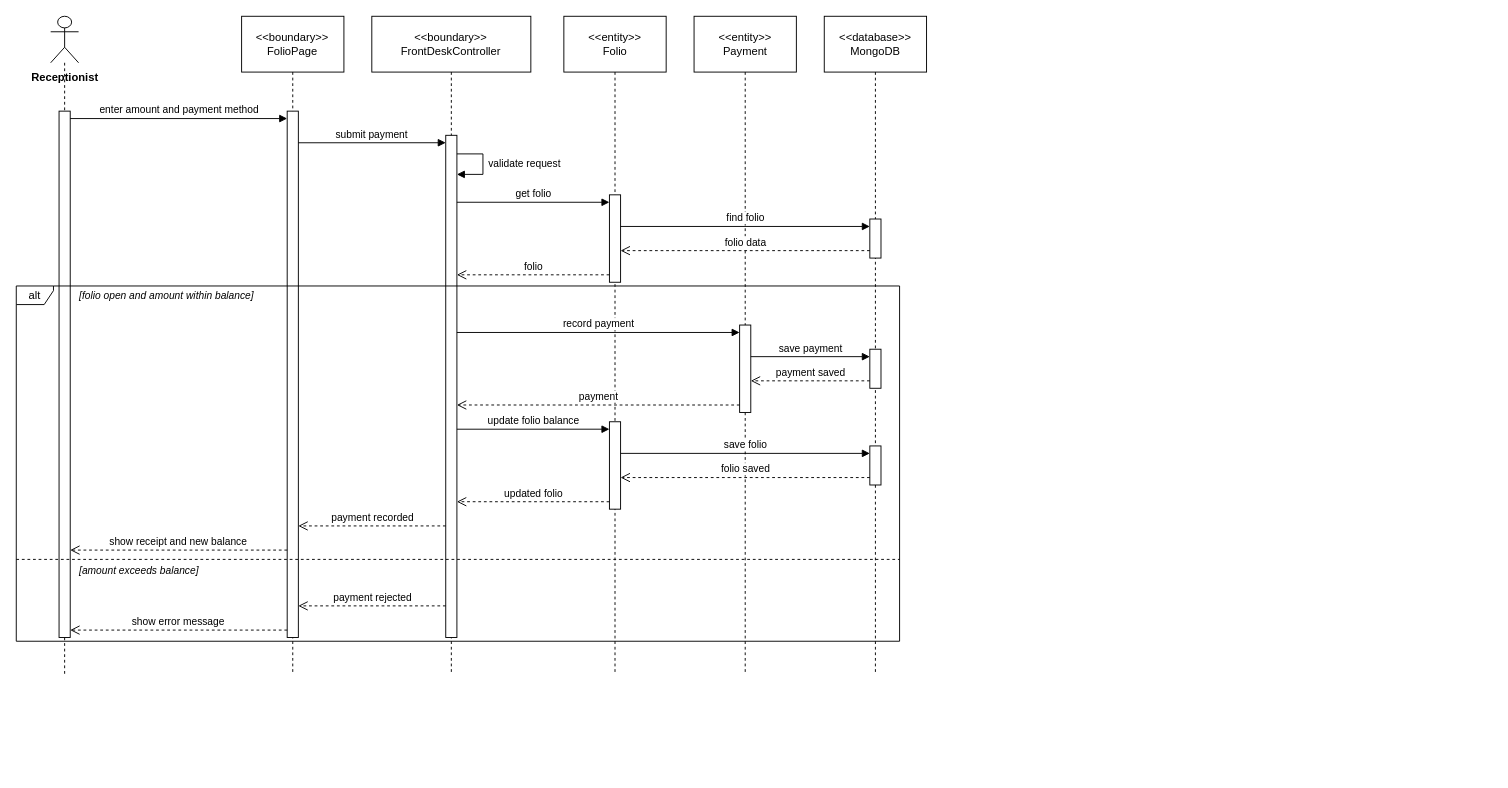
Before: final/diagrams/M4_Billing-And-Payment_Diagrams/sequence_diagrams/SD-14_UC-R15_ProcessPayment.drawio in toikobi401/SWD392, a draw.io diagram. Source tidied: cells renumbered, new cells numbered last; positions are measured from the earlier drawing's top-left corner, leaving out a move shared by most shapes. Both pictures are drawn from the tidied source at 93%, with x=0, y=0 at pixel (16, 16).
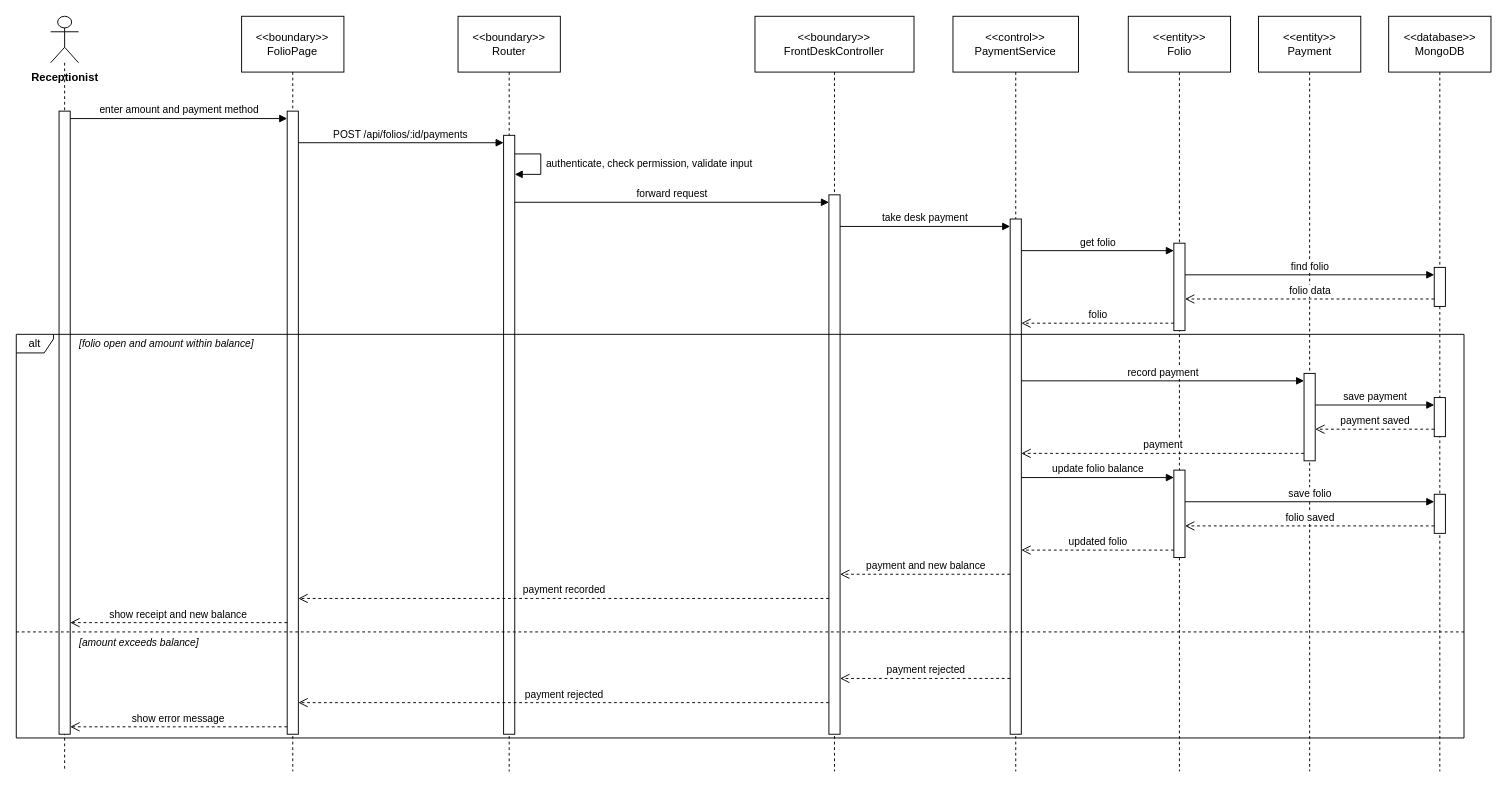
Above is the later version.

Diff of the diagram source:
```diff
@@
     <mxCell id="2" value="Receptionist" style="shape=umlLifeline;participant=umlActor;perimeter=lifelinePerimeter;whiteSpace=nowrap;html=1;verticalAlign=top;spacingTop=52;size=50;fontStyle=1;" parent="1" vertex="1">
-      <mxGeometry x="37" width="30" height="708" as="geometry" />
+      <mxGeometry x="37" width="30" height="812" as="geometry" />
     </mxCell>
     <mxCell id="3" value="&amp;lt;&amp;lt;boundary&amp;gt;&amp;gt;&lt;br&gt;FolioPage" style="shape=umlLifeline;perimeter=lifelinePerimeter;whiteSpace=wrap;html=1;size=60;" parent="1" vertex="1">
-      <mxGeometry x="242.3" width="110" height="708" as="geometry" />
+      <mxGeometry x="242.3" width="110" height="812" as="geometry" />
     </mxCell>
+    <mxCell id="40" value="&amp;lt;&amp;lt;boundary&amp;gt;&amp;gt;&lt;br&gt;Router" style="shape=umlLifeline;perimeter=lifelinePerimeter;whiteSpace=wrap;html=1;size=60;" parent="1" vertex="1">
+      <mxGeometry x="475" width="110" height="812" as="geometry" />
+    </mxCell>
     <mxCell id="4" value="&amp;lt;&amp;lt;boundary&amp;gt;&amp;gt;&lt;br&gt;FrontDeskController" style="shape=umlLifeline;perimeter=lifelinePerimeter;whiteSpace=wrap;html=1;size=60;" parent="1" vertex="1">
-      <mxGeometry x="382.3" width="171" height="708" as="geometry" />
+      <mxGeometry x="794.3" width="171" height="812" as="geometry" />
     </mxCell>
+    <mxCell id="41" value="&amp;lt;&amp;lt;control&amp;gt;&amp;gt;&lt;br&gt;PaymentService" style="shape=umlLifeline;perimeter=lifelinePerimeter;whiteSpace=wrap;html=1;size=60;" parent="1" vertex="1">
+      <mxGeometry x="1007.2" width="135" height="812" as="geometry" />
+    </mxCell>
     <mxCell id="5" value="&amp;lt;&amp;lt;entity&amp;gt;&amp;gt;&lt;br&gt;Folio" style="shape=umlLifeline;perimeter=lifelinePerimeter;whiteSpace=wrap;html=1;size=60;" parent="1" vertex="1">
-      <mxGeometry x="588.8" width="110" height="708" as="geometry" />
+      <mxGeometry x="1195.7" width="110" height="812" as="geometry" />
     </mxCell>
     <mxCell id="6" value="&amp;lt;&amp;lt;entity&amp;gt;&amp;gt;&lt;br&gt;Payment" style="shape=umlLifeline;perimeter=lifelinePerimeter;whiteSpace=wrap;html=1;size=60;" parent="1" vertex="1">
-      <mxGeometry x="728.8" width="110" height="708" as="geometry" />
+      <mxGeometry x="1335.7" width="110" height="812" as="geometry" />
     </mxCell>
     <mxCell id="7" value="&amp;lt;&amp;lt;database&amp;gt;&amp;gt;&lt;br&gt;MongoDB" style="shape=umlLifeline;perimeter=lifelinePerimeter;whiteSpace=wrap;html=1;size=60;" parent="1" vertex="1">
-      <mxGeometry x="868.8" width="110" height="708" as="geometry" />
+      <mxGeometry x="1475.7" width="110" height="812" as="geometry" />
     </mxCell>
     <mxCell id="8" style="html=1;points=[];perimeter=orthogonalPerimeter;outlineConnect=0;targetShapes=umlLifeline;portConstraint=eastwest;" parent="7" vertex="1">
-      <mxGeometry x="49" y="218" width="12" height="42" as="geometry" />
+      <mxGeometry x="49" y="270" width="12" height="42" as="geometry" />
     </mxCell>
     <mxCell id="9" style="html=1;points=[];perimeter=orthogonalPerimeter;outlineConnect=0;targetShapes=umlLifeline;portConstraint=eastwest;" parent="5" vertex="1">
-      <mxGeometry x="49" y="192" width="12" height="94" as="geometry" />
+      <mxGeometry x="49" y="244" width="12" height="94" as="geometry" />
     </mxCell>
     <mxCell id="10" style="html=1;points=[];perimeter=orthogonalPerimeter;outlineConnect=0;targetShapes=umlLifeline;portConstraint=eastwest;" parent="7" vertex="1">
-      <mxGeometry x="49" y="358" width="12" height="42" as="geometry" />
+      <mxGeometry x="49" y="410" width="12" height="42" as="geometry" />
     </mxCell>
     <mxCell id="11" style="html=1;points=[];perimeter=orthogonalPerimeter;outlineConnect=0;targetShapes=umlLifeline;portConstraint=eastwest;" parent="6" vertex="1">
-      <mxGeometry x="49" y="332" width="12" height="94" as="geometry" />
+      <mxGeometry x="49" y="384" width="12" height="94" as="geometry" />
     </mxCell>
     <mxCell id="12" style="html=1;points=[];perimeter=orthogonalPerimeter;outlineConnect=0;targetShapes=umlLifeline;portConstraint=eastwest;" parent="7" vertex="1">
-      <mxGeometry x="49" y="462" width="12" height="42" as="geometry" />
+      <mxGeometry x="49" y="514" width="12" height="42" as="geometry" />
     </mxCell>
     <mxCell id="13" style="html=1;points=[];perimeter=orthogonalPerimeter;outlineConnect=0;targetShapes=umlLifeline;portConstraint=eastwest;" parent="5" vertex="1">
-      <mxGeometry x="49" y="436" width="12" height="94" as="geometry" />
+      <mxGeometry x="49" y="488" width="12" height="94" as="geometry" />
     </mxCell>
-    <mxCell id="14" style="html=1;points=[];perimeter=orthogonalPerimeter;outlineConnect=0;targetShapes=umlLifeline;portConstraint=eastwest;" parent="4" vertex="1">
-      <mxGeometry x="79.5" y="128" width="12" height="540" as="geometry" />
-    </mxCell>
-    <mxCell id="15" style="html=1;points=[];perimeter=orthogonalPerimeter;outlineConnect=0;targetShapes=umlLifeline;portConstraint=eastwest;" parent="3" vertex="1">
-      <mxGeometry x="49" y="102" width="12" height="566" as="geometry" />
-    </mxCell>
-    <mxCell id="16" style="html=1;points=[];perimeter=orthogonalPerimeter;outlineConnect=0;targetShapes=umlLifeline;portConstraint=eastwest;" parent="2" vertex="1">
-      <mxGeometry x="9" y="102" width="12" height="566" as="geometry" />
-    </mxCell>
+    <mxCell id="42" style="html=1;points=[];perimeter=orthogonalPerimeter;outlineConnect=0;targetShapes=umlLifeline;portConstraint=eastwest;" parent="41" vertex="1">
+      <mxGeometry x="61.5" y="218" width="12" height="554" as="geometry" />
+    </mxCell>
+    <mxCell id="43" style="html=1;points=[];perimeter=orthogonalPerimeter;outlineConnect=0;targetShapes=umlLifeline;portConstraint=eastwest;" parent="4" vertex="1">
+      <mxGeometry x="79.5" y="192" width="12" height="580" as="geometry" />
+    </mxCell>
+    <mxCell id="44" style="html=1;points=[];perimeter=orthogonalPerimeter;outlineConnect=0;targetShapes=umlLifeline;portConstraint=eastwest;" parent="40" vertex="1">
+      <mxGeometry x="49" y="128" width="12" height="644" as="geometry" />
+    </mxCell>
+    <mxCell id="45" style="html=1;points=[];perimeter=orthogonalPerimeter;outlineConnect=0;targetShapes=umlLifeline;portConstraint=eastwest;" parent="3" vertex="1">
+      <mxGeometry x="49" y="102" width="12" height="670" as="geometry" />
+    </mxCell>
+    <mxCell id="46" style="html=1;points=[];perimeter=orthogonalPerimeter;outlineConnect=0;targetShapes=umlLifeline;portConstraint=eastwest;" parent="2" vertex="1">
+      <mxGeometry x="9" y="102" width="12" height="670" as="geometry" />
+    </mxCell>
     <mxCell id="17" value="alt" style="shape=umlFrame;whiteSpace=wrap;html=1;width=40;height=20;" parent="1" vertex="1">
-      <mxGeometry y="290" width="949.8" height="382" as="geometry" />
+      <mxGeometry y="342" width="1556.7" height="434" as="geometry" />
     </mxCell>
     <mxCell id="18" style="endArrow=none;dashed=1;html=1;rounded=0;" parent="1" edge="1">
       <mxGeometry relative="1" as="geometry">
-        <mxPoint y="584" as="sourcePoint" />
-        <mxPoint x="949.8" y="584" as="targetPoint" />
+        <mxPoint y="662" as="sourcePoint" />
+        <mxPoint x="1556.7" y="662" as="targetPoint" />
       </mxGeometry>
     </mxCell>
     <mxCell id="19" value="[folio open and amount within balance]" style="text;html=1;align=left;verticalAlign=middle;whiteSpace=nowrap;fontSize=11;fontStyle=2;labelBackgroundColor=#ffffff;" parent="1" vertex="1">
-      <mxGeometry x="66" y="290" width="238.8" height="20" as="geometry" />
+      <mxGeometry x="66" y="342" width="238.8" height="20" as="geometry" />
     </mxCell>
     <mxCell id="20" value="[amount exceeds balance]" style="text;html=1;align=left;verticalAlign=middle;whiteSpace=nowrap;fontSize=11;fontStyle=2;labelBackgroundColor=#ffffff;" parent="1" vertex="1">
-      <mxGeometry x="66" y="586" width="150.6" height="20" as="geometry" />
+      <mxGeometry x="66" y="664" width="150.6" height="20" as="geometry" />
     </mxCell>
-    <mxCell id="21" value="enter amount and payment method" style="html=1;verticalAlign=bottom;rounded=0;fontSize=11;endArrow=block;endFill=1;exitX=1;exitY=0.0141;exitDx=0;exitDy=0;exitPerimeter=0;entryX=0;entryY=0.0141;entryDx=0;entryDy=0;entryPerimeter=0;" parent="1" edge="1" source="16" target="15">
+    <mxCell id="21" value="enter amount and payment method" style="html=1;verticalAlign=bottom;rounded=0;fontSize=11;endArrow=block;endFill=1;exitX=1;exitY=0.0119;exitDx=0;exitDy=0;exitPerimeter=0;entryX=0;entryY=0.0119;entryDx=0;entryDy=0;entryPerimeter=0;" parent="1" edge="1" source="46" target="45">
       <mxGeometry relative="1" as="geometry" />
     </mxCell>
-    <mxCell id="22" value="submit payment" style="html=1;verticalAlign=bottom;rounded=0;fontSize=11;endArrow=block;endFill=1;exitX=1;exitY=0.0601;exitDx=0;exitDy=0;exitPerimeter=0;entryX=0;entryY=0.0148;entryDx=0;entryDy=0;entryPerimeter=0;" parent="1" edge="1" source="15" target="14">
+    <mxCell id="22" value="POST /api/folios/:id/payments" style="html=1;verticalAlign=bottom;rounded=0;fontSize=11;endArrow=block;endFill=1;exitX=1;exitY=0.0507;exitDx=0;exitDy=0;exitPerimeter=0;entryX=0;entryY=0.0124;entryDx=0;entryDy=0;entryPerimeter=0;" parent="1" edge="1" source="45" target="44">
       <mxGeometry relative="1" as="geometry" />
     </mxCell>
-    <mxCell id="23" value="validate request" style="html=1;align=left;spacingLeft=4;verticalAlign=middle;endArrow=block;endFill=1;rounded=0;fontSize=11;exitX=1;exitY=0.037;exitDx=0;exitDy=0;exitPerimeter=0;entryX=1;entryY=0.0778;entryDx=0;entryDy=0;entryPerimeter=0;" parent="1" edge="1" source="14" target="14">
+    <mxCell id="23" value="authenticate, check permission, validate input" style="html=1;align=left;spacingLeft=4;verticalAlign=middle;endArrow=block;endFill=1;rounded=0;fontSize=11;exitX=1;exitY=0.0311;exitDx=0;exitDy=0;exitPerimeter=0;entryX=1;entryY=0.0652;entryDx=0;entryDy=0;entryPerimeter=0;" parent="1" edge="1" source="44" target="44">
       <mxGeometry relative="1" as="geometry">
         <Array as="points">
-          <mxPoint x="501.8" y="148" />
-          <mxPoint x="501.8" y="170" />
+          <mxPoint x="564" y="148" />
+          <mxPoint x="564" y="170" />
         </Array>
       </mxGeometry>
     </mxCell>
-    <mxCell id="24" value="get folio" style="html=1;verticalAlign=bottom;rounded=0;fontSize=11;endArrow=block;endFill=1;exitX=1;exitY=0.1333;exitDx=0;exitDy=0;exitPerimeter=0;entryX=0;entryY=0.0851;entryDx=0;entryDy=0;entryPerimeter=0;" parent="1" edge="1" source="14" target="9">
+    <mxCell id="24" value="forward request" style="html=1;verticalAlign=bottom;rounded=0;fontSize=11;endArrow=block;endFill=1;exitX=1;exitY=0.1118;exitDx=0;exitDy=0;exitPerimeter=0;entryX=0;entryY=0.0138;entryDx=0;entryDy=0;entryPerimeter=0;" parent="1" edge="1" source="44" target="43">
       <mxGeometry relative="1" as="geometry" />
     </mxCell>
-    <mxCell id="25" value="find folio" style="html=1;verticalAlign=bottom;rounded=0;fontSize=11;endArrow=block;endFill=1;exitX=1;exitY=0.3617;exitDx=0;exitDy=0;exitPerimeter=0;entryX=0;entryY=0.1905;entryDx=0;entryDy=0;entryPerimeter=0;" parent="1" edge="1" source="9" target="8">
+    <mxCell id="25" value="take desk payment" style="html=1;verticalAlign=bottom;rounded=0;fontSize=11;endArrow=block;endFill=1;exitX=1;exitY=0.0586;exitDx=0;exitDy=0;exitPerimeter=0;entryX=0;entryY=0.0144;entryDx=0;entryDy=0;entryPerimeter=0;" parent="1" edge="1" source="43" target="42">
       <mxGeometry relative="1" as="geometry" />
     </mxCell>
-    <mxCell id="26" value="folio data" style="html=1;verticalAlign=bottom;rounded=0;fontSize=11;dashed=1;endArrow=open;endSize=8;exitX=0;exitY=0.8095;exitDx=0;exitDy=0;exitPerimeter=0;entryX=1;entryY=0.6383;entryDx=0;entryDy=0;entryPerimeter=0;" parent="1" edge="1" source="8" target="9">
+    <mxCell id="26" value="get folio" style="html=1;verticalAlign=bottom;rounded=0;fontSize=11;endArrow=block;endFill=1;exitX=1;exitY=0.0614;exitDx=0;exitDy=0;exitPerimeter=0;entryX=0;entryY=0.0851;entryDx=0;entryDy=0;entryPerimeter=0;" parent="1" edge="1" source="42" target="9">
       <mxGeometry relative="1" as="geometry" />
     </mxCell>
-    <mxCell id="27" value="folio" style="html=1;verticalAlign=bottom;rounded=0;fontSize=11;dashed=1;endArrow=open;endSize=8;exitX=0;exitY=0.9149;exitDx=0;exitDy=0;exitPerimeter=0;entryX=1;entryY=0.2778;entryDx=0;entryDy=0;entryPerimeter=0;" parent="1" edge="1" source="9" target="14">
+    <mxCell id="27" value="find folio" style="html=1;verticalAlign=bottom;rounded=0;fontSize=11;endArrow=block;endFill=1;exitX=1;exitY=0.3617;exitDx=0;exitDy=0;exitPerimeter=0;entryX=0;entryY=0.1905;entryDx=0;entryDy=0;entryPerimeter=0;" parent="1" edge="1" source="9" target="8">
       <mxGeometry relative="1" as="geometry" />
     </mxCell>
-    <mxCell id="28" value="record payment" style="html=1;verticalAlign=bottom;rounded=0;fontSize=11;endArrow=block;endFill=1;exitX=1;exitY=0.3926;exitDx=0;exitDy=0;exitPerimeter=0;entryX=0;entryY=0.0851;entryDx=0;entryDy=0;entryPerimeter=0;" parent="1" edge="1" source="14" target="11">
+    <mxCell id="28" value="folio data" style="html=1;verticalAlign=bottom;rounded=0;fontSize=11;dashed=1;endArrow=open;endSize=8;exitX=0;exitY=0.8095;exitDx=0;exitDy=0;exitPerimeter=0;entryX=1;entryY=0.6383;entryDx=0;entryDy=0;entryPerimeter=0;" parent="1" edge="1" source="8" target="9">
       <mxGeometry relative="1" as="geometry" />
     </mxCell>
-    <mxCell id="29" value="save payment" style="html=1;verticalAlign=bottom;rounded=0;fontSize=11;endArrow=block;endFill=1;exitX=1;exitY=0.3617;exitDx=0;exitDy=0;exitPerimeter=0;entryX=0;entryY=0.1905;entryDx=0;entryDy=0;entryPerimeter=0;" parent="1" edge="1" source="11" target="10">
+    <mxCell id="29" value="folio" style="html=1;verticalAlign=bottom;rounded=0;fontSize=11;dashed=1;endArrow=open;endSize=8;exitX=0;exitY=0.9149;exitDx=0;exitDy=0;exitPerimeter=0;entryX=1;entryY=0.2022;entryDx=0;entryDy=0;entryPerimeter=0;" parent="1" edge="1" source="9" target="42">
       <mxGeometry relative="1" as="geometry" />
     </mxCell>
-    <mxCell id="30" value="payment saved" style="html=1;verticalAlign=bottom;rounded=0;fontSize=11;dashed=1;endArrow=open;endSize=8;exitX=0;exitY=0.8095;exitDx=0;exitDy=0;exitPerimeter=0;entryX=1;entryY=0.6383;entryDx=0;entryDy=0;entryPerimeter=0;" parent="1" edge="1" source="10" target="11">
+    <mxCell id="30" value="record payment" style="html=1;verticalAlign=bottom;rounded=0;fontSize=11;endArrow=block;endFill=1;exitX=1;exitY=0.3141;exitDx=0;exitDy=0;exitPerimeter=0;entryX=0;entryY=0.0851;entryDx=0;entryDy=0;entryPerimeter=0;" parent="1" edge="1" source="42" target="11">
       <mxGeometry relative="1" as="geometry" />
     </mxCell>
-    <mxCell id="31" value="payment" style="html=1;verticalAlign=bottom;rounded=0;fontSize=11;dashed=1;endArrow=open;endSize=8;exitX=0;exitY=0.9149;exitDx=0;exitDy=0;exitPerimeter=0;entryX=1;entryY=0.537;entryDx=0;entryDy=0;entryPerimeter=0;" parent="1" edge="1" source="11" target="14">
+    <mxCell id="31" value="save payment" style="html=1;verticalAlign=bottom;rounded=0;fontSize=11;endArrow=block;endFill=1;exitX=1;exitY=0.3617;exitDx=0;exitDy=0;exitPerimeter=0;entryX=0;entryY=0.1905;entryDx=0;entryDy=0;entryPerimeter=0;" parent="1" edge="1" source="11" target="10">
       <mxGeometry relative="1" as="geometry" />
     </mxCell>
-    <mxCell id="32" value="update folio balance" style="html=1;verticalAlign=bottom;rounded=0;fontSize=11;endArrow=block;endFill=1;exitX=1;exitY=0.5852;exitDx=0;exitDy=0;exitPerimeter=0;entryX=0;entryY=0.0851;entryDx=0;entryDy=0;entryPerimeter=0;" parent="1" edge="1" source="14" target="13">
+    <mxCell id="32" value="payment saved" style="html=1;verticalAlign=bottom;rounded=0;fontSize=11;dashed=1;endArrow=open;endSize=8;exitX=0;exitY=0.8095;exitDx=0;exitDy=0;exitPerimeter=0;entryX=1;entryY=0.6383;entryDx=0;entryDy=0;entryPerimeter=0;" parent="1" edge="1" source="10" target="11">
       <mxGeometry relative="1" as="geometry" />
     </mxCell>
-    <mxCell id="33" value="save folio" style="html=1;verticalAlign=bottom;rounded=0;fontSize=11;endArrow=block;endFill=1;exitX=1;exitY=0.3617;exitDx=0;exitDy=0;exitPerimeter=0;entryX=0;entryY=0.1905;entryDx=0;entryDy=0;entryPerimeter=0;" parent="1" edge="1" source="13" target="12">
+    <mxCell id="33" value="payment" style="html=1;verticalAlign=bottom;rounded=0;fontSize=11;dashed=1;endArrow=open;endSize=8;exitX=0;exitY=0.9149;exitDx=0;exitDy=0;exitPerimeter=0;entryX=1;entryY=0.4549;entryDx=0;entryDy=0;entryPerimeter=0;" parent="1" edge="1" source="11" target="42">
       <mxGeometry relative="1" as="geometry" />
     </mxCell>
-    <mxCell id="34" value="folio saved" style="html=1;verticalAlign=bottom;rounded=0;fontSize=11;dashed=1;endArrow=open;endSize=8;exitX=0;exitY=0.8095;exitDx=0;exitDy=0;exitPerimeter=0;entryX=1;entryY=0.6383;entryDx=0;entryDy=0;entryPerimeter=0;" parent="1" edge="1" source="12" target="13">
+    <mxCell id="34" value="update folio balance" style="html=1;verticalAlign=bottom;rounded=0;fontSize=11;endArrow=block;endFill=1;exitX=1;exitY=0.5018;exitDx=0;exitDy=0;exitPerimeter=0;entryX=0;entryY=0.0851;entryDx=0;entryDy=0;entryPerimeter=0;" parent="1" edge="1" source="42" target="13">
       <mxGeometry relative="1" as="geometry" />
     </mxCell>
-    <mxCell id="35" value="updated folio" style="html=1;verticalAlign=bottom;rounded=0;fontSize=11;dashed=1;endArrow=open;endSize=8;exitX=0;exitY=0.9149;exitDx=0;exitDy=0;exitPerimeter=0;entryX=1;entryY=0.7296;entryDx=0;entryDy=0;entryPerimeter=0;" parent="1" edge="1" source="13" target="14">
+    <mxCell id="35" value="save folio" style="html=1;verticalAlign=bottom;rounded=0;fontSize=11;endArrow=block;endFill=1;exitX=1;exitY=0.3617;exitDx=0;exitDy=0;exitPerimeter=0;entryX=0;entryY=0.1905;entryDx=0;entryDy=0;entryPerimeter=0;" parent="1" edge="1" source="13" target="12">
       <mxGeometry relative="1" as="geometry" />
     </mxCell>
-    <mxCell id="36" value="payment recorded" style="html=1;verticalAlign=bottom;rounded=0;fontSize=11;dashed=1;endArrow=open;endSize=8;exitX=0;exitY=0.7778;exitDx=0;exitDy=0;exitPerimeter=0;entryX=1;entryY=0.788;entryDx=0;entryDy=0;entryPerimeter=0;" parent="1" edge="1" source="14" target="15">
+    <mxCell id="36" value="folio saved" style="html=1;verticalAlign=bottom;rounded=0;fontSize=11;dashed=1;endArrow=open;endSize=8;exitX=0;exitY=0.8095;exitDx=0;exitDy=0;exitPerimeter=0;entryX=1;entryY=0.6383;entryDx=0;entryDy=0;entryPerimeter=0;" parent="1" edge="1" source="12" target="13">
       <mxGeometry relative="1" as="geometry" />
     </mxCell>
-    <mxCell id="37" value="show receipt and new balance" style="html=1;verticalAlign=bottom;rounded=0;fontSize=11;dashed=1;endArrow=open;endSize=8;exitX=0;exitY=0.8339;exitDx=0;exitDy=0;exitPerimeter=0;entryX=1;entryY=0.8339;entryDx=0;entryDy=0;entryPerimeter=0;" parent="1" edge="1" source="15" target="16">
+    <mxCell id="37" value="updated folio" style="html=1;verticalAlign=bottom;rounded=0;fontSize=11;dashed=1;endArrow=open;endSize=8;exitX=0;exitY=0.9149;exitDx=0;exitDy=0;exitPerimeter=0;entryX=1;entryY=0.6426;entryDx=0;entryDy=0;entryPerimeter=0;" parent="1" edge="1" source="13" target="42">
       <mxGeometry relative="1" as="geometry" />
     </mxCell>
-    <mxCell id="38" value="payment rejected" style="html=1;verticalAlign=bottom;rounded=0;fontSize=11;dashed=1;endArrow=open;endSize=8;exitX=0;exitY=0.937;exitDx=0;exitDy=0;exitPerimeter=0;entryX=1;entryY=0.9399;entryDx=0;entryDy=0;entryPerimeter=0;" parent="1" edge="1" source="14" target="15">
+    <mxCell id="38" value="payment and new balance" style="html=1;verticalAlign=bottom;rounded=0;fontSize=11;dashed=1;endArrow=open;endSize=8;exitX=0;exitY=0.6895;exitDx=0;exitDy=0;exitPerimeter=0;entryX=1;entryY=0.7034;entryDx=0;entryDy=0;entryPerimeter=0;" parent="1" edge="1" source="42" target="43">
       <mxGeometry relative="1" as="geometry" />
     </mxCell>
-    <mxCell id="39" value="show error message" style="html=1;verticalAlign=bottom;rounded=0;fontSize=11;dashed=1;endArrow=open;endSize=8;exitX=0;exitY=0.9859;exitDx=0;exitDy=0;exitPerimeter=0;entryX=1;entryY=0.9859;entryDx=0;entryDy=0;entryPerimeter=0;" parent="1" edge="1" source="15" target="16">
+    <mxCell id="39" value="payment recorded" style="html=1;verticalAlign=bottom;rounded=0;fontSize=11;dashed=1;endArrow=open;endSize=8;exitX=0;exitY=0.7483;exitDx=0;exitDy=0;exitPerimeter=0;entryX=1;entryY=0.7821;entryDx=0;entryDy=0;entryPerimeter=0;" parent="1" edge="1" source="43" target="45">
       <mxGeometry relative="1" as="geometry" />
     </mxCell>
+    <mxCell id="47" value="show receipt and new balance" style="html=1;verticalAlign=bottom;rounded=0;fontSize=11;dashed=1;endArrow=open;endSize=8;exitX=0;exitY=0.8209;exitDx=0;exitDy=0;exitPerimeter=0;entryX=1;entryY=0.8209;entryDx=0;entryDy=0;entryPerimeter=0;" parent="1" edge="1" source="45" target="46">
+      <mxGeometry relative="1" as="geometry" />
+    </mxCell>
+    <mxCell id="48" value="payment rejected" style="html=1;verticalAlign=bottom;rounded=0;fontSize=11;dashed=1;endArrow=open;endSize=8;exitX=0;exitY=0.8917;exitDx=0;exitDy=0;exitPerimeter=0;entryX=1;entryY=0.8966;entryDx=0;entryDy=0;entryPerimeter=0;" parent="1" edge="1" source="42" target="43">
+      <mxGeometry relative="1" as="geometry" />
+    </mxCell>
+    <mxCell id="49" value="payment rejected" style="html=1;verticalAlign=bottom;rounded=0;fontSize=11;dashed=1;endArrow=open;endSize=8;exitX=0;exitY=0.9414;exitDx=0;exitDy=0;exitPerimeter=0;entryX=1;entryY=0.9493;entryDx=0;entryDy=0;entryPerimeter=0;" parent="1" edge="1" source="43" target="45">
+      <mxGeometry relative="1" as="geometry" />
+    </mxCell>
+    <mxCell id="50" value="show error message" style="html=1;verticalAlign=bottom;rounded=0;fontSize=11;dashed=1;endArrow=open;endSize=8;exitX=0;exitY=0.9881;exitDx=0;exitDy=0;exitPerimeter=0;entryX=1;entryY=0.9881;entryDx=0;entryDy=0;entryPerimeter=0;" parent="1" edge="1" source="45" target="46">
+      <mxGeometry relative="1" as="geometry" />
+    </mxCell>
```
